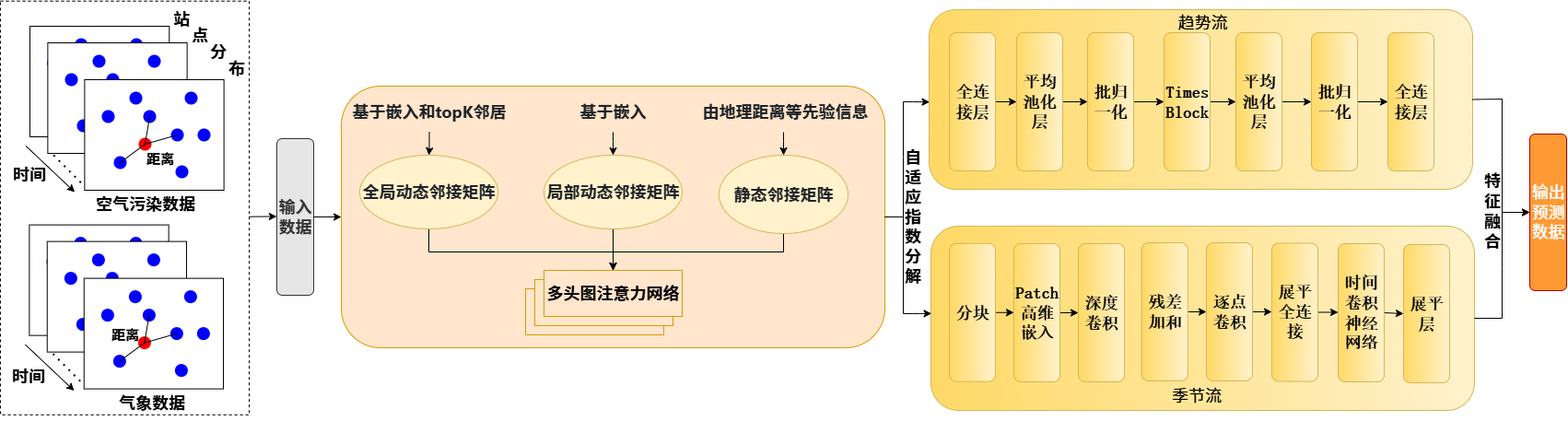
rrrework/hello_webgis keeps this draw.io diagram as 1.drawio.png. Above is the earlier version. Source tidied: cells renumbered, new cells last; positions are measured from the earlier drawing's top-left corner, leaving out a move shared by most shapes.
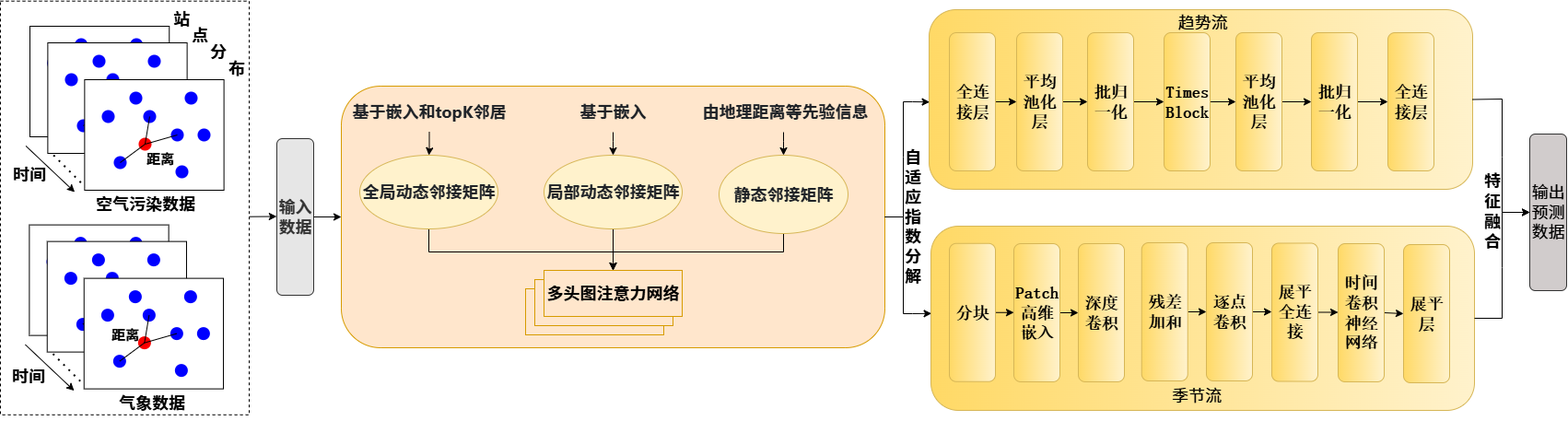
Above is the later version.

The edit, as a diff of the source:
```diff
@@ -504,7 +504,7 @@
         </Array>
       </mxGeometry>
     </mxCell>
-    <mxCell id="145" value="&lt;font style=&quot;font-size: 18px; color: rgb(255, 255, 255);&quot;&gt;输出预测数据&lt;/font&gt;" style="rounded=1;whiteSpace=wrap;html=1;fillColor=#FF9933;fontColor=#ffffff;strokeColor=#B20000;direction=south;" parent="1" vertex="1">
+    <mxCell id="145" value="&lt;font style=&quot;font-size: 18px; color: rgb(0, 0, 0);&quot;&gt;输出预测数据&lt;/font&gt;" style="rounded=1;whiteSpace=wrap;html=1;fillColor=light-dark(#d1cccc, #535353);fontColor=#ffffff;strokeColor=#333333;direction=south;" parent="1" vertex="1">
       <mxGeometry x="1660" y="145" width="40" height="170" as="geometry" />
     </mxCell>
     <mxCell id="146" style="endArrow=classic;html=1;rounded=0;exitX=1.001;exitY=0.521;exitDx=0;exitDy=0;entryX=0.497;entryY=1.005;entryDx=0;entryDy=0;entryPerimeter=0;exitPerimeter=0;" parent="1" edge="1" source="2" target="91">
```
